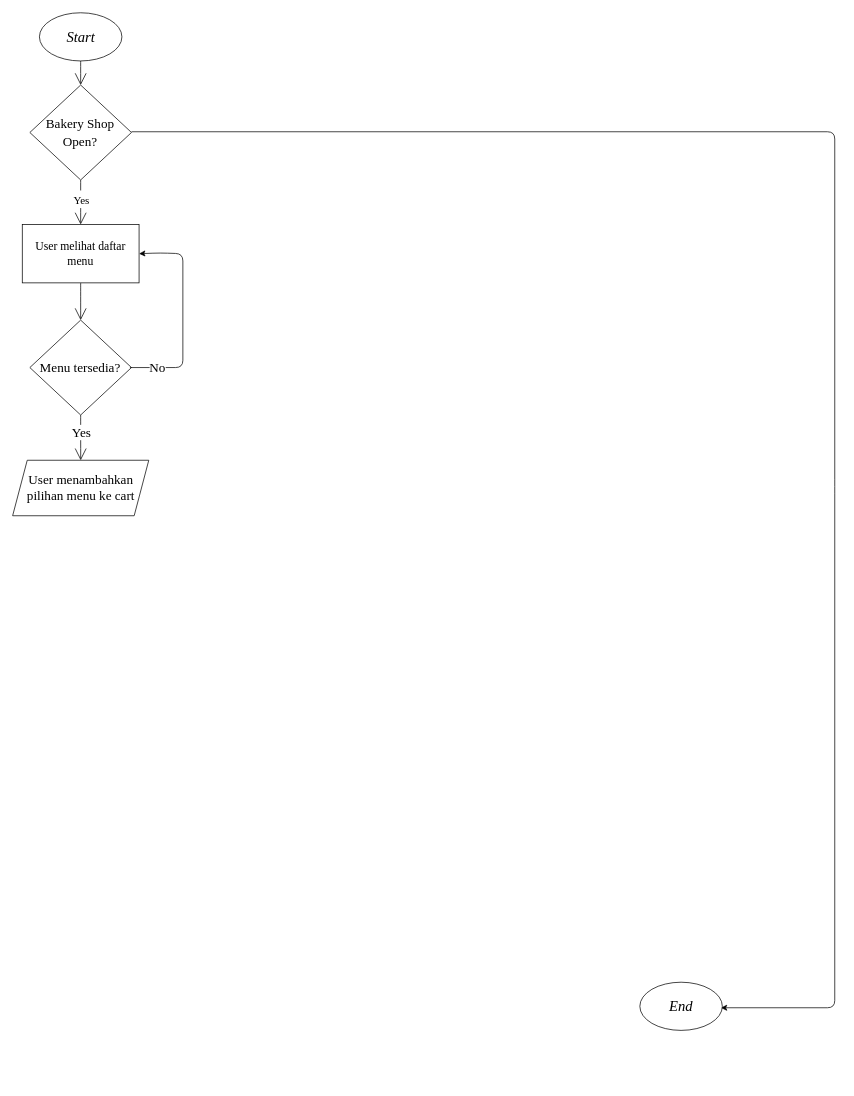
cherylazalia/Cheryl_Azalia-BakeryShop keeps this draw.io diagram as flowchart.drawio. Above is the earlier version. Source tidied: cells renumbered, new cells numbered last; positions are measured from the earlier drawing's top-left corner, leaving out a move shared by most shapes. Both pictures are drawn from the tidied source at 73%, with x=0, y=0 at pixel (12, 12).
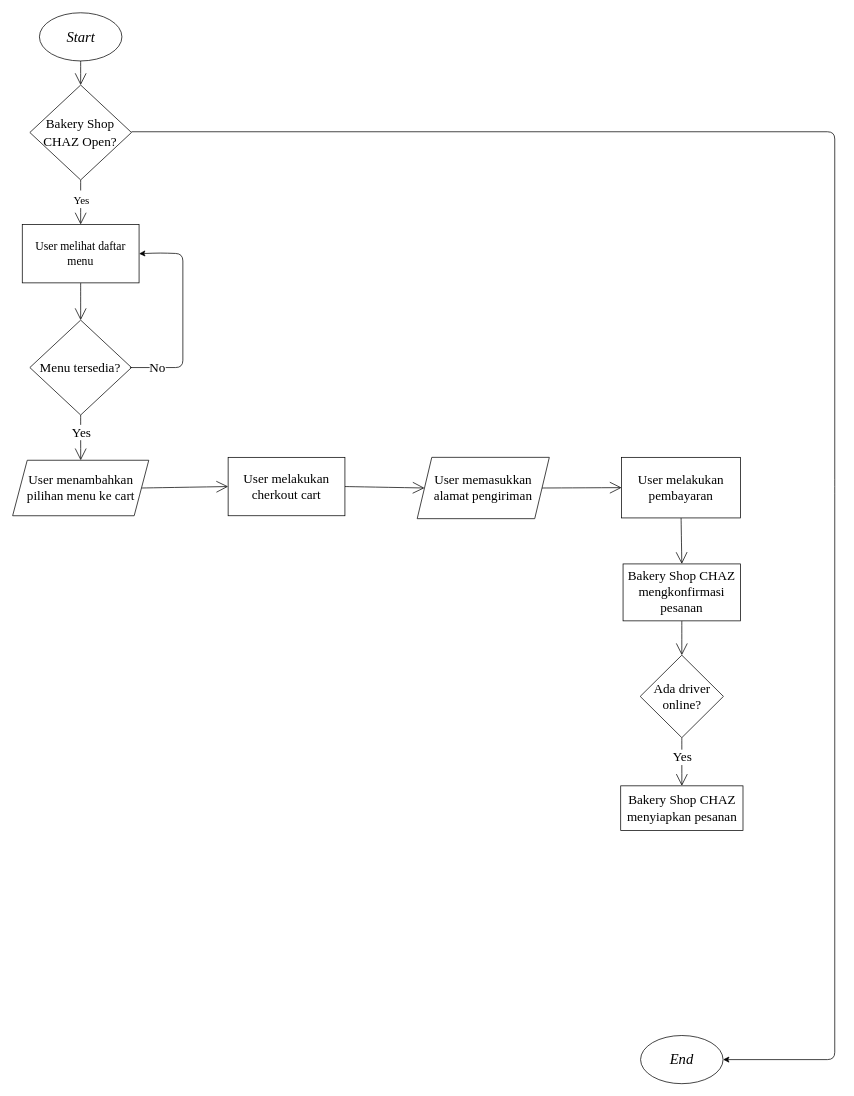
After the change.

Commit message:
Inisialisasi Ketersediaan Driver

Unchanged cells that the change refers to:
```xml
<mxCell id="12" value="User menambahkan pilihan menu ke cart" style="shape=parallelogram;perimeter=parallelogramPerimeter;whiteSpace=wrap;html=1;fixedSize=1;sketch=0;hachureGap=4;fontFamily=Times New Roman;fontSize=18;fontColor=default;strokeColor=default;fillColor=default;" parent="1" vertex="1">
  <mxGeometry x="-0.2" y="613" width="186.5" height="76" as="geometry" />
</mxCell>
```

Diff of the diagram source:
```diff
@@
-    <mxCell id="4" value="&lt;font face=&quot;Times New Roman&quot; style=&quot;font-size: 18px&quot;&gt;Bakery Shop Open?&lt;/font&gt;" style="rhombus;whiteSpace=wrap;html=1;sketch=0;hachureGap=4;fontFamily=Architects Daughter;fontSize=20;" parent="1" vertex="1">
+    <mxCell id="4" value="&lt;font face=&quot;Times New Roman&quot; style=&quot;font-size: 18px&quot;&gt;Bakery Shop CHAZ Open?&lt;/font&gt;" style="rhombus;whiteSpace=wrap;html=1;sketch=0;hachureGap=4;fontFamily=Architects Daughter;fontSize=20;" parent="1" vertex="1">
       <mxGeometry x="23.4" y="99" width="139.2" height="130" as="geometry" />
     </mxCell>
@@
+    <mxCell id="17" style="edgeStyle=none;shape=connector;curved=1;rounded=0;sketch=0;hachureGap=4;html=1;labelBackgroundColor=default;fontFamily=Times New Roman;fontSize=18;fontColor=default;endArrow=open;startSize=14;endSize=14;sourcePerimeterSpacing=8;targetPerimeterSpacing=8;strokeColor=default;exitX=1;exitY=0.5;exitDx=0;exitDy=0;entryX=0;entryY=0.5;entryDx=0;entryDy=0;" parent="1" edge="1" source="12" target="19">
+      <mxGeometry relative="1" as="geometry" />
+    </mxCell>
@@
-    <mxCell id="15" style="edgeStyle=none;html=1;exitX=1;exitY=0.5;exitDx=0;exitDy=0;exitPerimeter=0;" parent="1" edge="1">
+    <mxCell id="15" style="edgeStyle=none;html=1;exitX=1;exitY=0.5;exitDx=0;exitDy=0;exitPerimeter=0;entryX=1;entryY=0.5;entryDx=0;entryDy=0;" parent="1" edge="1" target="16">
       <mxGeometry relative="1" as="geometry">
         <mxPoint x="162.6" y="163" as="sourcePoint" />
-        <mxPoint x="970" y="1363" as="targetPoint" />
         <Array as="points">
           <mxPoint x="1126" y="163" />
           <mxPoint x="1126" y="649" />
-          <mxPoint x="1126" y="1363" />
+          <mxPoint x="1126" y="1434" />
         </Array>
       </mxGeometry>
     </mxCell>
     <mxCell id="16" value="&lt;font face=&quot;Times New Roman&quot;&gt;&lt;i&gt;End&lt;/i&gt;&lt;/font&gt;" style="ellipse;whiteSpace=wrap;html=1;sketch=0;hachureGap=4;fontFamily=Architects Daughter;fontSize=20;" parent="1" vertex="1">
-      <mxGeometry x="859" y="1328" width="113" height="66" as="geometry" />
+      <mxGeometry x="860" y="1401" width="113" height="66" as="geometry" />
     </mxCell>
+    <mxCell id="18" style="edgeStyle=none;shape=connector;curved=1;rounded=0;sketch=0;hachureGap=4;html=1;labelBackgroundColor=default;fontFamily=Times New Roman;fontSize=18;fontColor=default;endArrow=open;startSize=14;endSize=14;sourcePerimeterSpacing=8;targetPerimeterSpacing=8;strokeColor=default;entryX=0;entryY=0.5;entryDx=0;entryDy=0;exitX=1;exitY=0.5;exitDx=0;exitDy=0;" parent="1" edge="1" source="19" target="21">
+      <mxGeometry relative="1" as="geometry" />
+    </mxCell>
+    <mxCell id="19" value="User melakukan cherkout cart" style="rounded=0;whiteSpace=wrap;html=1;sketch=0;hachureGap=4;fontFamily=Times New Roman;fontSize=18;fontColor=default;strokeColor=default;fillColor=default;" parent="1" vertex="1">
+      <mxGeometry x="295" y="609" width="160" height="80" as="geometry" />
+    </mxCell>
+    <mxCell id="20" style="edgeStyle=none;shape=connector;curved=1;rounded=0;sketch=0;hachureGap=4;html=1;labelBackgroundColor=default;fontFamily=Times New Roman;fontSize=18;fontColor=default;endArrow=open;startSize=14;endSize=14;sourcePerimeterSpacing=8;targetPerimeterSpacing=8;strokeColor=default;entryX=0;entryY=0.5;entryDx=0;entryDy=0;exitX=1;exitY=0.5;exitDx=0;exitDy=0;" parent="1" edge="1" source="21" target="23">
+      <mxGeometry relative="1" as="geometry" />
+    </mxCell>
+    <mxCell id="21" value="User memasukkan alamat pengiriman" style="shape=parallelogram;perimeter=parallelogramPerimeter;whiteSpace=wrap;html=1;fixedSize=1;sketch=0;hachureGap=4;fontFamily=Times New Roman;fontSize=18;fontColor=default;strokeColor=default;fillColor=default;" parent="1" vertex="1">
+      <mxGeometry x="554" y="609" width="181" height="84" as="geometry" />
+    </mxCell>
+    <mxCell id="22" style="edgeStyle=none;shape=connector;curved=1;rounded=0;sketch=0;hachureGap=4;html=1;labelBackgroundColor=default;fontFamily=Times New Roman;fontSize=18;fontColor=default;endArrow=open;startSize=14;endSize=14;sourcePerimeterSpacing=8;targetPerimeterSpacing=8;strokeColor=default;exitX=0.5;exitY=1;exitDx=0;exitDy=0;entryX=0.5;entryY=0;entryDx=0;entryDy=0;" parent="1" edge="1" source="23" target="25">
+      <mxGeometry relative="1" as="geometry" />
+    </mxCell>
+    <mxCell id="23" value="User melakukan pembayaran" style="rounded=0;whiteSpace=wrap;html=1;sketch=0;hachureGap=4;fontFamily=Times New Roman;fontSize=18;fontColor=default;strokeColor=default;fillColor=default;" parent="1" vertex="1">
+      <mxGeometry x="834" y="609" width="163" height="83" as="geometry" />
+    </mxCell>
+    <mxCell id="24" style="edgeStyle=none;shape=connector;curved=1;rounded=0;sketch=0;hachureGap=4;html=1;labelBackgroundColor=default;fontFamily=Times New Roman;fontSize=18;fontColor=default;endArrow=open;startSize=14;endSize=14;sourcePerimeterSpacing=8;targetPerimeterSpacing=8;strokeColor=default;entryX=0.5;entryY=0;entryDx=0;entryDy=0;exitX=0.5;exitY=1;exitDx=0;exitDy=0;" parent="1" edge="1" source="25" target="28">
+      <mxGeometry relative="1" as="geometry" />
+    </mxCell>
+    <mxCell id="25" value="Bakery Shop CHAZ mengkonfirmasi pesanan" style="rounded=0;whiteSpace=wrap;html=1;sketch=0;hachureGap=4;fontFamily=Times New Roman;fontSize=18;fontColor=default;strokeColor=default;fillColor=default;" parent="1" vertex="1">
+      <mxGeometry x="836" y="755" width="161" height="78" as="geometry" />
+    </mxCell>
+    <mxCell id="26" style="edgeStyle=none;shape=connector;curved=1;rounded=0;sketch=0;hachureGap=4;html=1;labelBackgroundColor=default;fontFamily=Times New Roman;fontSize=18;fontColor=default;endArrow=open;startSize=14;endSize=14;sourcePerimeterSpacing=8;targetPerimeterSpacing=8;strokeColor=default;exitX=0.5;exitY=1;exitDx=0;exitDy=0;entryX=0.5;entryY=0;entryDx=0;entryDy=0;" parent="1" edge="1" source="28" target="29">
+      <mxGeometry relative="1" as="geometry" />
+    </mxCell>
+    <mxCell id="27" value="Yes" style="edgeLabel;html=1;align=center;verticalAlign=middle;fontSize=18;fontFamily=Times New Roman;fontColor=default;" parent="26" vertex="1">
+      <mxGeometry x="-0.17" relative="1" as="geometry" />
+    </mxCell>
+    <mxCell id="28" value="Ada driver online?" style="rhombus;whiteSpace=wrap;html=1;sketch=0;hachureGap=4;fontFamily=Times New Roman;fontSize=18;fontColor=default;strokeColor=default;fillColor=default;" parent="1" vertex="1">
+      <mxGeometry x="859.5" y="880" width="114" height="113" as="geometry" />
+    </mxCell>
+    <mxCell id="29" value="Bakery Shop CHAZ menyiapkan pesanan" style="whiteSpace=wrap;html=1;sketch=0;hachureGap=4;fontFamily=Times New Roman;fontSize=18;fontColor=default;strokeColor=default;fillColor=default;" parent="1" vertex="1">
+      <mxGeometry x="832.8" y="1059" width="167.5" height="61" as="geometry" />
+    </mxCell>
```
